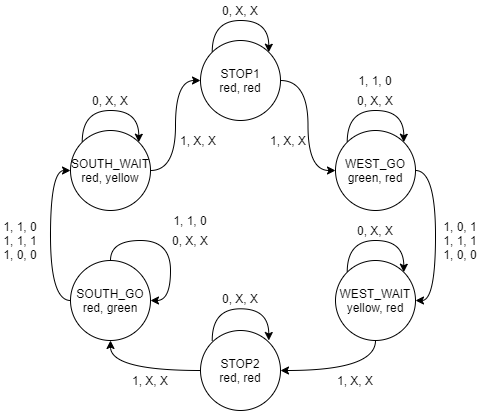
The draw.io diagram Labs/08-traffic_lights/img/state_diagram_2.PNG in gkaretka/Digital-electronics-1, before a commit. Source tidied: cells renumbered, new cells last; positions are measured from the earlier drawing's top-left corner, leaving out a move shared by most shapes.
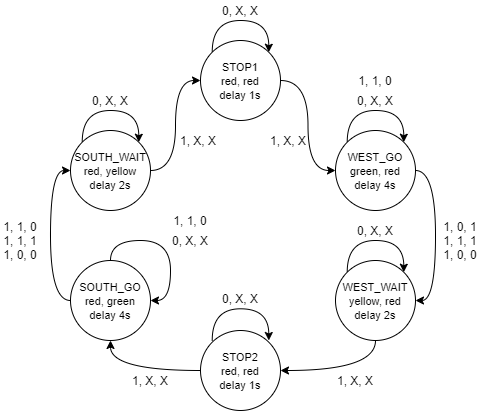
Later version of the same file.

Commit message:
Add delays to diagram

Diff of the diagram source:
```diff
@@ -5,37 +5,37 @@
     <mxCell id="2" style="edgeStyle=orthogonalEdgeStyle;curved=1;rounded=0;jettySize=auto;html=1;exitX=1;exitY=0.5;exitDx=0;exitDy=0;entryX=0;entryY=0.5;entryDx=0;entryDy=0;" parent="1" edge="1" source="3" target="5">
       <mxGeometry relative="1" as="geometry" />
     </mxCell>
-    <mxCell id="3" value="STOP1&lt;br&gt;red, red" style="ellipse;whiteSpace=wrap;html=1;" parent="1" vertex="1">
+    <mxCell id="3" value="&lt;font style=&quot;font-size: 11px&quot;&gt;STOP1&lt;br&gt;red, red&lt;br&gt;delay 1s&lt;/font&gt;" style="ellipse;whiteSpace=wrap;html=1;" parent="1" vertex="1">
       <mxGeometry x="200" y="40" width="80" height="80" as="geometry" />
     </mxCell>
     <mxCell id="4" style="edgeStyle=orthogonalEdgeStyle;curved=1;rounded=0;jettySize=auto;html=1;exitX=1;exitY=0.5;exitDx=0;exitDy=0;entryX=1;entryY=0.5;entryDx=0;entryDy=0;" parent="1" edge="1" source="5" target="7">
       <mxGeometry relative="1" as="geometry" />
     </mxCell>
-    <mxCell id="5" value="WEST_GO&lt;br&gt;green, red" style="ellipse;whiteSpace=wrap;html=1;" parent="1" vertex="1">
+    <mxCell id="5" value="&lt;font style=&quot;font-size: 11px&quot;&gt;WEST_GO&lt;br&gt;green, red&lt;br&gt;delay 4s&lt;/font&gt;" style="ellipse;whiteSpace=wrap;html=1;" parent="1" vertex="1">
       <mxGeometry x="335" y="130" width="80" height="80" as="geometry" />
     </mxCell>
     <mxCell id="6" style="edgeStyle=orthogonalEdgeStyle;curved=1;rounded=0;jettySize=auto;html=1;exitX=0.5;exitY=1;exitDx=0;exitDy=0;entryX=1;entryY=0.5;entryDx=0;entryDy=0;" parent="1" edge="1" source="7" target="9">
       <mxGeometry relative="1" as="geometry" />
     </mxCell>
-    <mxCell id="7" value="WEST_WAIT&lt;br&gt;yellow, red" style="ellipse;whiteSpace=wrap;html=1;" parent="1" vertex="1">
+    <mxCell id="7" value="&lt;font style=&quot;font-size: 11px&quot;&gt;WEST_WAIT&lt;br&gt;yellow, red&lt;br&gt;delay 2s&lt;/font&gt;" style="ellipse;whiteSpace=wrap;html=1;" parent="1" vertex="1">
       <mxGeometry x="335" y="260" width="80" height="80" as="geometry" />
     </mxCell>
     <mxCell id="8" style="edgeStyle=orthogonalEdgeStyle;curved=1;rounded=0;jettySize=auto;html=1;exitX=0;exitY=0.5;exitDx=0;exitDy=0;entryX=0.5;entryY=1;entryDx=0;entryDy=0;" parent="1" edge="1" source="9" target="13">
       <mxGeometry relative="1" as="geometry" />
     </mxCell>
-    <mxCell id="9" value="STOP2&lt;br&gt;red, red" style="ellipse;whiteSpace=wrap;html=1;" parent="1" vertex="1">
+    <mxCell id="9" value="&lt;font style=&quot;font-size: 11px&quot;&gt;STOP2&lt;br&gt;red, red&lt;br&gt;delay 1s&lt;/font&gt;" style="ellipse;whiteSpace=wrap;html=1;" parent="1" vertex="1">
       <mxGeometry x="200" y="330" width="80" height="80" as="geometry" />
     </mxCell>
     <mxCell id="10" style="edgeStyle=orthogonalEdgeStyle;curved=1;rounded=0;jettySize=auto;html=1;exitX=1;exitY=0.5;exitDx=0;exitDy=0;entryX=0;entryY=0.5;entryDx=0;entryDy=0;" parent="1" edge="1" source="11" target="3">
       <mxGeometry relative="1" as="geometry" />
     </mxCell>
-    <mxCell id="11" value="SOUTH_WAIT&lt;br&gt;red, yellow" style="ellipse;whiteSpace=wrap;html=1;" parent="1" vertex="1">
+    <mxCell id="11" value="&lt;font style=&quot;font-size: 11px&quot;&gt;SOUTH_WAIT&lt;br&gt;red, yellow&lt;br&gt;delay 2s&lt;/font&gt;" style="ellipse;whiteSpace=wrap;html=1;" parent="1" vertex="1">
       <mxGeometry x="70" y="130" width="80" height="80" as="geometry" />
     </mxCell>
     <mxCell id="12" style="edgeStyle=orthogonalEdgeStyle;curved=1;rounded=0;jettySize=auto;html=1;exitX=0;exitY=0.5;exitDx=0;exitDy=0;entryX=0;entryY=0.5;entryDx=0;entryDy=0;" parent="1" edge="1" source="13" target="11">
       <mxGeometry relative="1" as="geometry" />
     </mxCell>
-    <mxCell id="13" value="SOUTH_GO&lt;br&gt;red, green" style="ellipse;whiteSpace=wrap;html=1;" parent="1" vertex="1">
+    <mxCell id="13" value="&lt;font style=&quot;font-size: 11px&quot;&gt;SOUTH_GO&lt;br&gt;red, green&lt;br&gt;delay 4s&lt;/font&gt;" style="ellipse;whiteSpace=wrap;html=1;" parent="1" vertex="1">
       <mxGeometry x="70" y="260" width="80" height="80" as="geometry" />
     </mxCell>
     <mxCell id="14" value="0, X, X" style="text;html=1;strokeColor=none;fillColor=none;align=center;verticalAlign=middle;whiteSpace=wrap;rounded=0;" parent="1" vertex="1">
```
